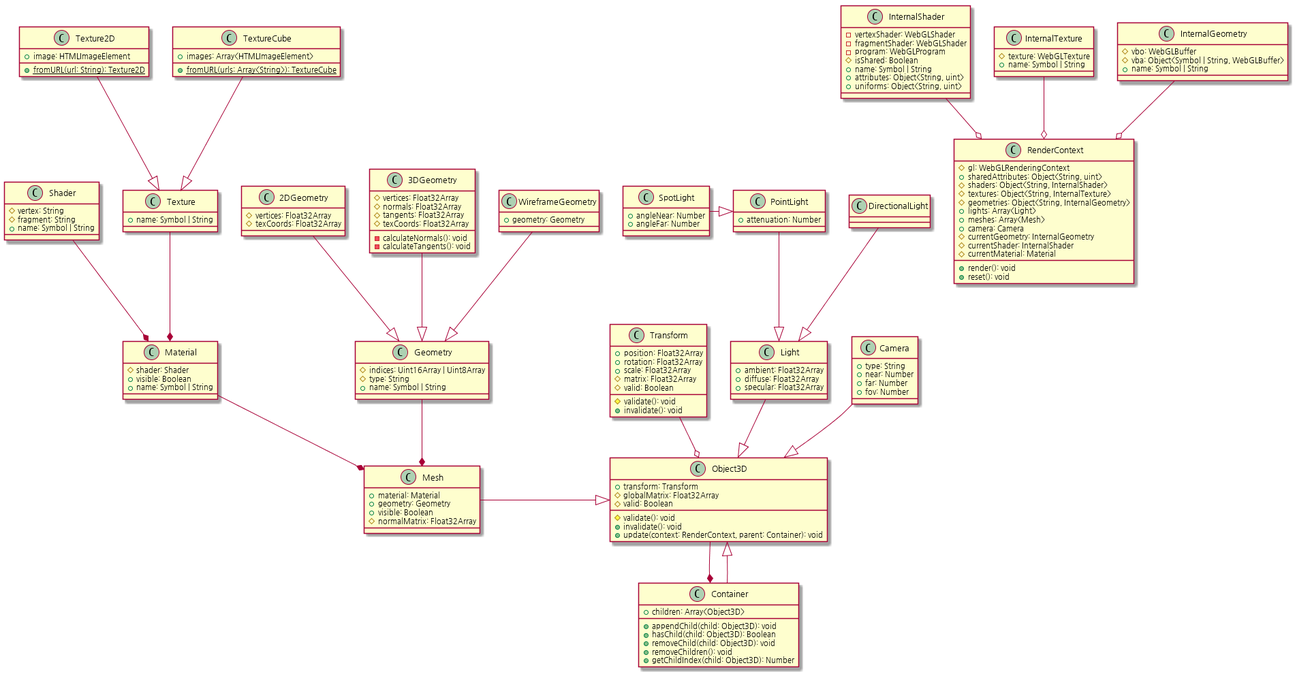
Above: doc/3dObjects.png in yoo2001818/webglue (PlantUML), before the change. The source it was exported from:
```plantuml
@startuml

class RenderContext {
  #gl: WebGLRenderingContext
  +sharedAttributes: Object<String, uint>
  #shaders: Object<String, InternalShader>
  #textures: Object<String, InternalTexture>
  #geometries: Object<String, InternalGeometry>
  +lights: Array<Light>
  +meshes: Array<Mesh>
  +camera: Camera
  #currentGeometry: InternalGeometry
  #currentShader: InternalShader
  #currentMaterial: Material
  +render(): void
  +reset(): void
}

class InternalShader {
  -vertexShader: WebGLShader
  -fragmentShader: WebGLShader
  -program: WebGLProgram
  #isShared: Boolean
  +name: Symbol | String
  +attributes: Object<String, uint>
  +uniforms: Object<String, uint>
}

InternalShader --o RenderContext

class Shader {
  #vertex: String
  #fragment: String
  +name: Symbol | String
}

class InternalTexture {
  #texture: WebGLTexture
  +name: Symbol | String
}

InternalTexture --o RenderContext

class Texture {
  +name: Symbol | String
}

class Texture2D {
  +image: HTMLImageElement
  {static} +fromURL(url: String): Texture2D
}

class TextureCube {
  +images: Array<HTMLImageElement>
  {static} +fromURL(urls: Array<String>): TextureCube
}

Texture2D --|> Texture
TextureCube --|> Texture

class Material {
  #shader: Shader
  +visible: Boolean
  +name: Symbol | String
}

Shader --* Material
Texture --* Material

class InternalGeometry {
  #vbo: WebGLBuffer
  #vba: Object<Symbol | String, WebGLBuffer>
  +name: Symbol | String
}

InternalGeometry --o RenderContext

class Geometry {
  #indices: Uint16Array | Uint8Array
  #type: String
  +name: Symbol | String
}

class 2DGeometry {
  #vertices: Float32Array
  #texCoords: Float32Array
}

class 3DGeometry {
  #vertices: Float32Array
  #normals: Float32Array
  #tangents: Float32Array
  #texCoords: Float32Array
  -calculateNormals(): void
  -calculateTangents(): void
}

2DGeometry --|> Geometry
3DGeometry --|> Geometry

class WireframeGeometry {
  +geometry: Geometry
}

WireframeGeometry --|> Geometry

class Transform {
  +position: Float32Array
  +rotation: Float32Array
  +scale: Float32Array
  #matrix: Float32Array
  #valid: Boolean
  #validate(): void
  +invalidate(): void
}

class Object3D {
  +transform: Transform
  #globalMatrix: Float32Array
  #valid: Boolean
  #validate(): void
  +invalidate(): void
  +update(context: RenderContext, parent: Container): void
}

Transform --o Object3D

class Mesh {
  +material: Material
  +geometry: Geometry
  +visible: Boolean
  #normalMatrix: Float32Array
}

Mesh -|> Object3D

class Light {
  +ambient: Float32Array
  +diffuse: Float32Array
  +specular: Float32Array
}

Light --|> Object3D

class PointLight {
  +attenuation: Number
}

PointLight --|> Light

class SpotLight {
  +angleNear: Number
  +angleFar: Number
}

SpotLight -|> PointLight

class DirectionalLight {

}

DirectionalLight --|> Light

class Camera {
  +type: String
  +near: Number
  +far: Number
  +fov: Number
}

Camera --|> Object3D

class Container {
  +children: Array<Object3D>
  +appendChild(child: Object3D): void
  +hasChild(child: Object3D): Boolean
  +removeChild(child: Object3D): void
  +removeChildren(): void
  +getChildIndex(child: Object3D): Number
}

Object3D --* Container
Container --|> Object3D

Geometry --* Mesh
Material --* Mesh

@enduml
```
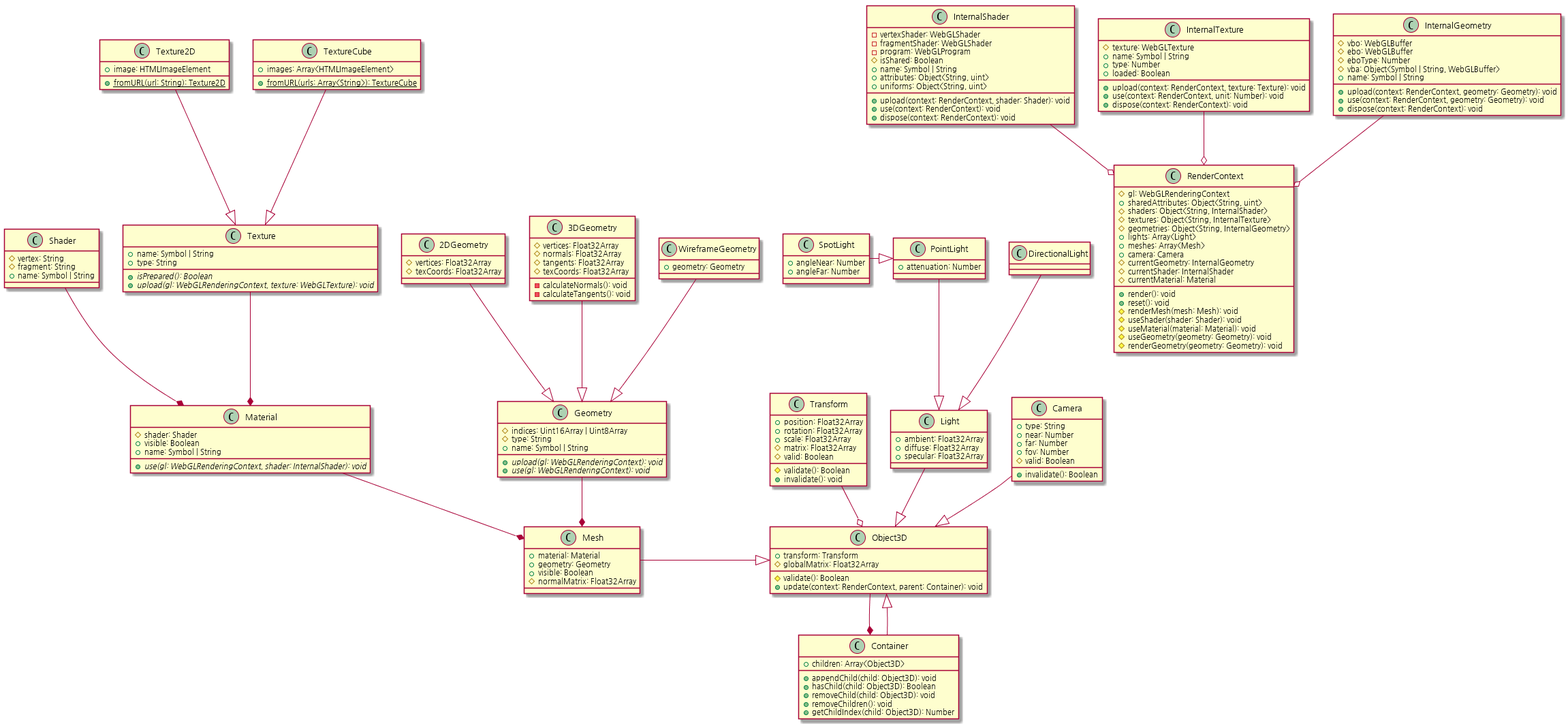
The same file after the commit.

Commit message:
Implement Geometry3D and basic draw functions

What changed in the source:
```diff
@@ -14,6 +14,11 @@
   #currentMaterial: Material
   +render(): void
   +reset(): void
+  #renderMesh(mesh: Mesh): void
+  #useShader(shader: Shader): void
+  #useMaterial(material: Material): void
+  #useGeometry(geometry: Geometry): void
+  #renderGeometry(geometry: Geometry): void
 }
 
 class InternalShader {
@@ -24,6 +29,9 @@
   +name: Symbol | String
   +attributes: Object<String, uint>
   +uniforms: Object<String, uint>
+  +upload(context: RenderContext, shader: Shader): void
+  +use(context: RenderContext): void
+  +dispose(context: RenderContext): void
 }
 
 InternalShader --o RenderContext
@@ -37,12 +45,20 @@
 class InternalTexture {
   #texture: WebGLTexture
   +name: Symbol | String
+  +type: Number
+  +loaded: Boolean
+  +upload(context: RenderContext, texture: Texture): void
+  +use(context: RenderContext, unit: Number): void
+  +dispose(context: RenderContext): void
 }
 
 InternalTexture --o RenderContext
 
 class Texture {
   +name: Symbol | String
+  +type: String
+  {abstract} +isPrepared(): Boolean
+  {abstract} +upload(gl: WebGLRenderingContext, texture: WebGLTexture): void
 }
 
 class Texture2D {
@@ -62,6 +78,7 @@
   #shader: Shader
   +visible: Boolean
   +name: Symbol | String
+  {abstract} +use(gl: WebGLRenderingContext, shader: InternalShader): void
 }
 
 Shader --* Material
@@ -69,8 +86,13 @@
 
 class InternalGeometry {
   #vbo: WebGLBuffer
+  #ebo: WebGLBuffer
+  #eboType: Number
   #vba: Object<Symbol | String, WebGLBuffer>
   +name: Symbol | String
+  +upload(context: RenderContext, geometry: Geometry): void
+  +use(context: RenderContext, geometry: Geometry): void
+  +dispose(context: RenderContext): void
 }
 
 InternalGeometry --o RenderContext
@@ -79,6 +101,8 @@
   #indices: Uint16Array | Uint8Array
   #type: String
   +name: Symbol | String
+  {abstract} +upload(gl: WebGLRenderingContext): void
+  {abstract} +use(gl: WebGLRenderingContext): void
 }
 
 class 2DGeometry {
@@ -110,16 +134,14 @@
   +scale: Float32Array
   #matrix: Float32Array
   #valid: Boolean
-  #validate(): void
+  #validate(): Boolean
   +invalidate(): void
 }
 
 class Object3D {
   +transform: Transform
   #globalMatrix: Float32Array
-  #valid: Boolean
-  #validate(): void
-  +invalidate(): void
+  #validate(): Boolean
   +update(context: RenderContext, parent: Container): void
 }
 
@@ -166,6 +188,8 @@
   +near: Number
   +far: Number
   +fov: Number
+  #valid: Boolean
+  +invalidate(): Boolean
 }
 
 Camera --|> Object3D
```
